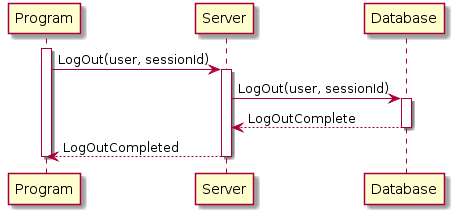
Above: doc/SSRS/images/SequenceDiagrams/AuthenticationLogOut.png in cs383-4/sQuire (PlantUML), before the change. Source of this version:
```plantuml
@startuml
Activate Program
Program -> Server : LogOut(user, sessionId)
Activate Server
Server -> Database : LogOut(user, sessionId)
Activate Database
Database --> Server : LogOutComplete
Deactivate Database
Server --> Program : LogOutCompleted
Deactivate Server
Deactivate Program
@enduml
```
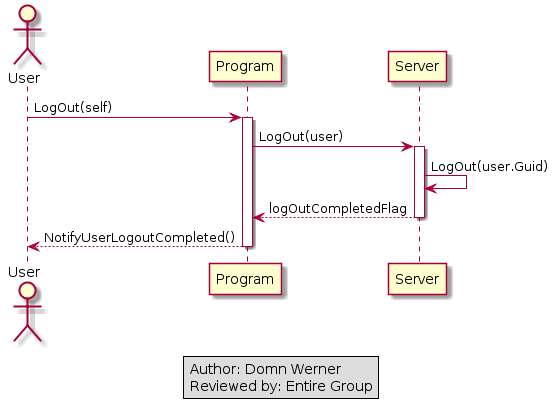
Above is the later version.

Change to the diagram source:
```diff
@@ -1,12 +1,19 @@
 @startuml
+Actor User
+
+User -> Program : LogOut(self)
+
 Activate Program
-Program -> Server : LogOut(user, sessionId)
+Program -> Server : LogOut(user)
 Activate Server
-Server -> Database : LogOut(user, sessionId)
-Activate Database
-Database --> Server : LogOutComplete
-Deactivate Database
-Server --> Program : LogOutCompleted
+Server -> Server : LogOut(user.Guid)
+Server --> Program : logOutCompletedFlag
 Deactivate Server
+Program --> User : NotifyUserLogoutCompleted()
 Deactivate Program
+
+legend center
+Author: Domn Werner
+Reviewed by: Entire Group
+end legend
 @enduml
```
